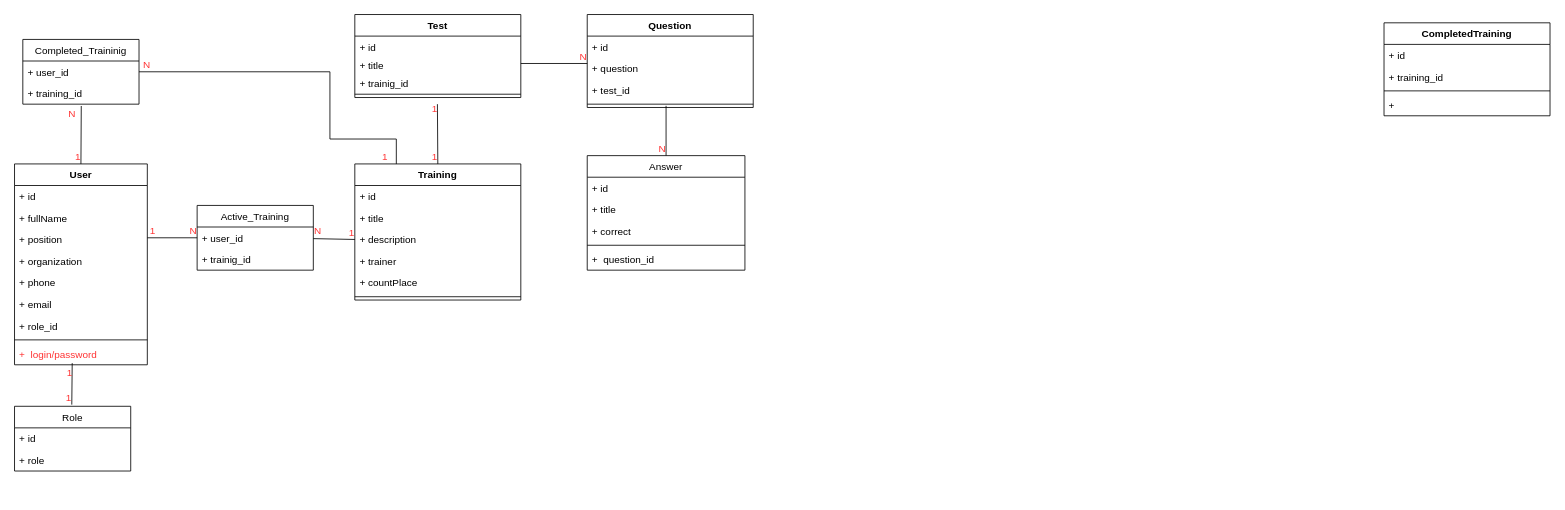
Earlier version of the draw.io diagram db/Диаграмма без названия.drawio (Victoria02Queen/Geostreering-school). Source tidied: cells renumbered, new cells numbered last; positions are measured from the earlier drawing's top-left corner, leaving out a move shared by most shapes. Both pictures are drawn from the tidied source at 83%, with x=0, y=0 at pixel (14, 14).
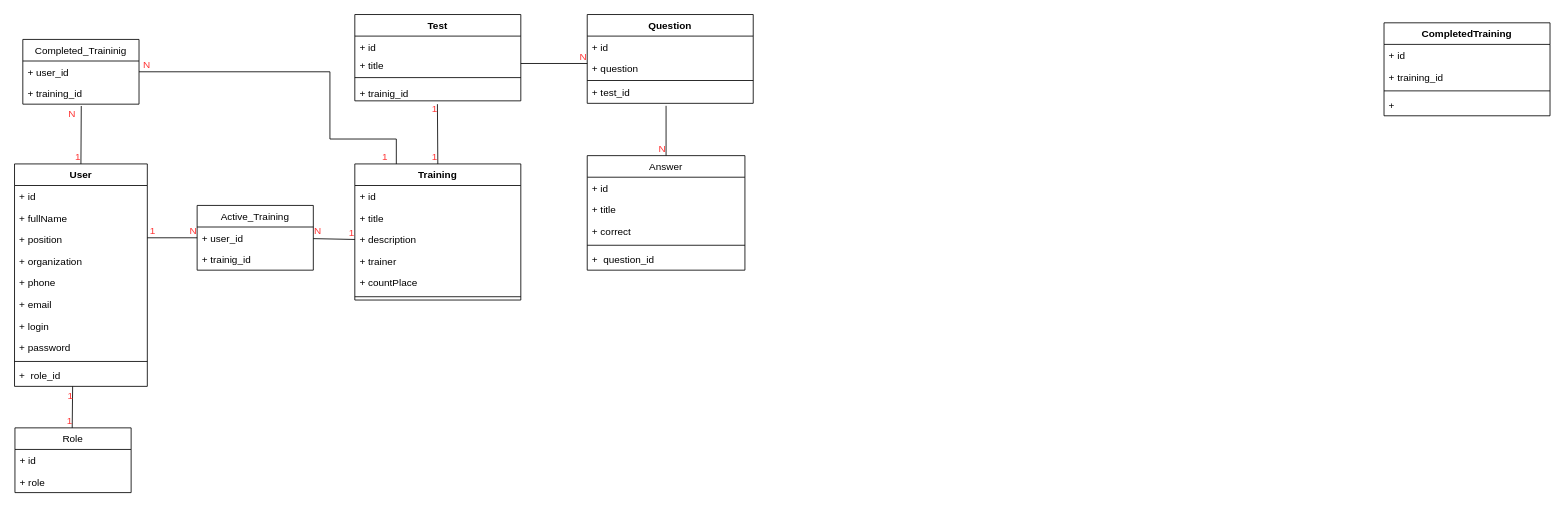
The same diagram, later.

What changed in the source:
```diff
@@
     <mxCell id="16" value="Question" style="swimlane;fontStyle=1;align=center;verticalAlign=top;horizontal=1;startSize=26;" parent="1" vertex="1">
-      <mxGeometry x="690" width="200" height="112" as="geometry" />
+      <mxGeometry x="690" width="200" height="107" as="geometry" />
     </mxCell>
@@
+    <mxCell id="20" style="line;strokeWidth=1;fillColor=none;align=left;verticalAlign=middle;spacingTop=-1;spacingLeft=3;spacingRight=3;labelPosition=right;" parent="16" vertex="1">
+      <mxGeometry y="78" width="200" height="3" as="geometry" />
+    </mxCell>
     <mxCell id="19" value="+ test_id" style="text;strokeColor=none;fillColor=none;align=left;verticalAlign=top;spacingLeft=4;spacingRight=4;overflow=hidden;" parent="16" vertex="1">
-      <mxGeometry y="78" width="200" height="26" as="geometry" />
+      <mxGeometry y="81" width="200" height="26" as="geometry" />
     </mxCell>
-    <mxCell id="20" style="line;strokeWidth=1;fillColor=none;align=left;verticalAlign=middle;spacingTop=-1;spacingLeft=3;spacingRight=3;labelPosition=right;" parent="16" vertex="1">
-      <mxGeometry y="104" width="200" height="8" as="geometry" />
-    </mxCell>
     <mxCell id="21" value="Test" style="swimlane;fontStyle=1;align=center;verticalAlign=top;horizontal=1;startSize=26;" parent="1" vertex="1">
-      <mxGeometry x="410" width="200" height="100" as="geometry" />
+      <mxGeometry x="410" width="200" height="104" as="geometry" />
     </mxCell>
@@
+    <mxCell id="25" style="line;strokeWidth=1;fillColor=none;align=left;verticalAlign=middle;spacingTop=-1;spacingLeft=3;spacingRight=3;labelPosition=right;" parent="21" vertex="1">
+      <mxGeometry y="70" width="200" height="12" as="geometry" />
+    </mxCell>
     <mxCell id="24" value="+ trainig_id" style="text;strokeColor=none;fillColor=none;align=left;verticalAlign=top;spacingLeft=4;spacingRight=4;overflow=hidden;" parent="21" vertex="1">
-      <mxGeometry y="70" width="200" height="22" as="geometry" />
+      <mxGeometry y="82" width="200" height="22" as="geometry" />
     </mxCell>
-    <mxCell id="25" style="line;strokeWidth=1;fillColor=none;align=left;verticalAlign=middle;spacingTop=-1;spacingLeft=3;spacingRight=3;labelPosition=right;" parent="21" vertex="1">
-      <mxGeometry y="92" width="200" height="8" as="geometry" />
-    </mxCell>
     <mxCell id="26" value="User" style="swimlane;fontStyle=1;align=center;verticalAlign=top;horizontal=1;startSize=26;" parent="1" vertex="1">
-      <mxGeometry y="180" width="160" height="242" as="geometry" />
+      <mxGeometry y="180" width="160" height="268" as="geometry" />
     </mxCell>
@@
-    <mxCell id="33" value="+ role_id" style="text;strokeColor=none;fillColor=none;align=left;verticalAlign=top;spacingLeft=4;spacingRight=4;overflow=hidden;" parent="26" vertex="1">
+    <mxCell id="33" value="+ login" style="text;strokeColor=none;fillColor=none;align=left;verticalAlign=top;spacingLeft=4;spacingRight=4;overflow=hidden;" parent="26" vertex="1">
       <mxGeometry y="182" width="160" height="26" as="geometry" />
     </mxCell>
+    <mxCell id="71" value="+ password" style="text;strokeColor=none;fillColor=none;align=left;verticalAlign=top;spacingLeft=4;spacingRight=4;overflow=hidden;" parent="26" vertex="1">
+      <mxGeometry y="208" width="160" height="26" as="geometry" />
+    </mxCell>
     <mxCell id="34" style="line;strokeWidth=1;fillColor=none;align=left;verticalAlign=middle;spacingTop=-1;spacingLeft=3;spacingRight=3;labelPosition=right;" parent="26" vertex="1">
-      <mxGeometry y="208" width="160" height="8" as="geometry" />
+      <mxGeometry y="234" width="160" height="8" as="geometry" />
     </mxCell>
-    <mxCell id="35" value="+  login/password" style="text;strokeColor=none;fillColor=none;align=left;verticalAlign=top;spacingLeft=4;spacingRight=4;overflow=hidden;fontColor=#FF3333;" parent="26" vertex="1">
-      <mxGeometry y="216" width="160" height="26" as="geometry" />
+    <mxCell id="35" value="+  role_id " style="text;strokeColor=none;fillColor=none;align=left;verticalAlign=top;spacingLeft=4;spacingRight=4;overflow=hidden;fontColor=#000000;" parent="26" vertex="1">
+      <mxGeometry y="242" width="160" height="26" as="geometry" />
     </mxCell>
@@
     <mxCell id="45" value="Role" style="swimlane;fontStyle=0;horizontal=1;startSize=26;fillColor=none;fontColor=#000000;" parent="1" vertex="1">
-      <mxGeometry y="472" width="140" height="78" as="geometry" />
+      <mxGeometry x="0.5" y="498" width="140" height="78" as="geometry" />
     </mxCell>
@@
     <mxCell id="50" style="endArrow=none;html=1;rounded=0;fontColor=#FF3333;" parent="1" edge="1">
       <mxGeometry relative="1" as="geometry">
-        <mxPoint x="69.5" y="420" as="sourcePoint" />
-        <mxPoint x="69" y="470" as="targetPoint" />
+        <mxPoint x="70" y="448" as="sourcePoint" />
+        <mxPoint x="69.5" y="498" as="targetPoint" />
       </mxGeometry>
     </mxCell>
@@
     <mxCell id="52" value="1" style="html=1;align=right;verticalAlign=bottom;fontColor=#FF3333;" parent="1" vertex="1">
-      <mxGeometry x="70" y="440" as="geometry" />
+      <mxGeometry x="70.5" y="468" as="geometry" />
     </mxCell>
```
